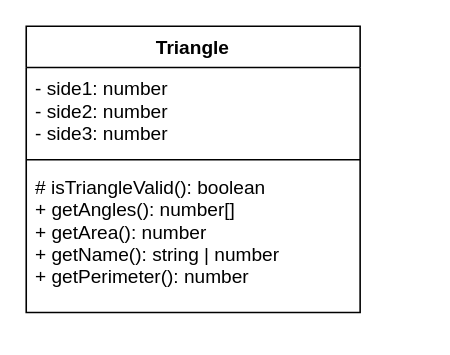
The draw.io diagram Design/Assignment3-Triangle.drawio in dbcalitis/ics4u-assignment3-typescript, before the edit. Source tidied: cells renumbered, new cells numbered last; positions are measured from the earlier drawing's top-left corner, leaving out a move shared by most shapes. Both pictures are drawn from the tidied source at 159%, with x=0, y=0 at pixel (25, 25).
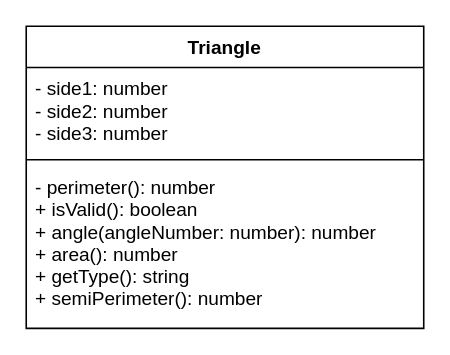
After the change.

Diff of the diagram source:
```diff
@@
 <mxGraphModel>
   <root>
     <mxCell id="0" />
     <mxCell id="1" parent="0" />
     <mxCell id="2" value="Triangle" style="swimlane;fontStyle=1;align=center;verticalAlign=top;horizontal=1;startSize=26;" parent="1" vertex="1">
-      <mxGeometry width="210" height="180" as="geometry" />
+      <mxGeometry width="250" height="190" as="geometry" />
     </mxCell>
     <mxCell id="3" value="- side1: number&#10;- side2: number&#10;- side3: number" style="text;strokeColor=none;fillColor=none;align=left;verticalAlign=top;spacingLeft=4;spacingRight=4;overflow=hidden;" parent="2" vertex="1">
-      <mxGeometry y="26" width="210" height="54" as="geometry" />
+      <mxGeometry y="26" width="250" height="54" as="geometry" />
     </mxCell>
     <mxCell id="4" style="line;strokeWidth=1;fillColor=none;align=left;verticalAlign=middle;spacingTop=-1;spacingLeft=3;spacingRight=3;labelPosition=right;" parent="2" vertex="1">
-      <mxGeometry y="80" width="210" height="8" as="geometry" />
+      <mxGeometry y="80" width="250" height="8" as="geometry" />
     </mxCell>
-    <mxCell id="5" value="# isTriangleValid(): boolean&#10;+ getAngles(): number[]&#10;+ getArea(): number&#10;+ getName(): string | number&#10;+ getPerimeter(): number" style="text;strokeColor=none;fillColor=none;align=left;verticalAlign=top;spacingLeft=4;spacingRight=4;overflow=hidden;" parent="2" vertex="1">
-      <mxGeometry y="88" width="210" height="92" as="geometry" />
+    <mxCell id="5" value="- perimeter(): number&#10;+ isValid(): boolean&#10;+ angle(angleNumber: number): number&#10;+ area(): number&#10;+ getType(): string&#10;+ semiPerimeter(): number" style="text;strokeColor=none;fillColor=none;align=left;verticalAlign=top;spacingLeft=4;spacingRight=4;overflow=hidden;" parent="2" vertex="1">
+      <mxGeometry y="88" width="250" height="102" as="geometry" />
     </mxCell>
   </root>
 </mxGraphModel>
```
